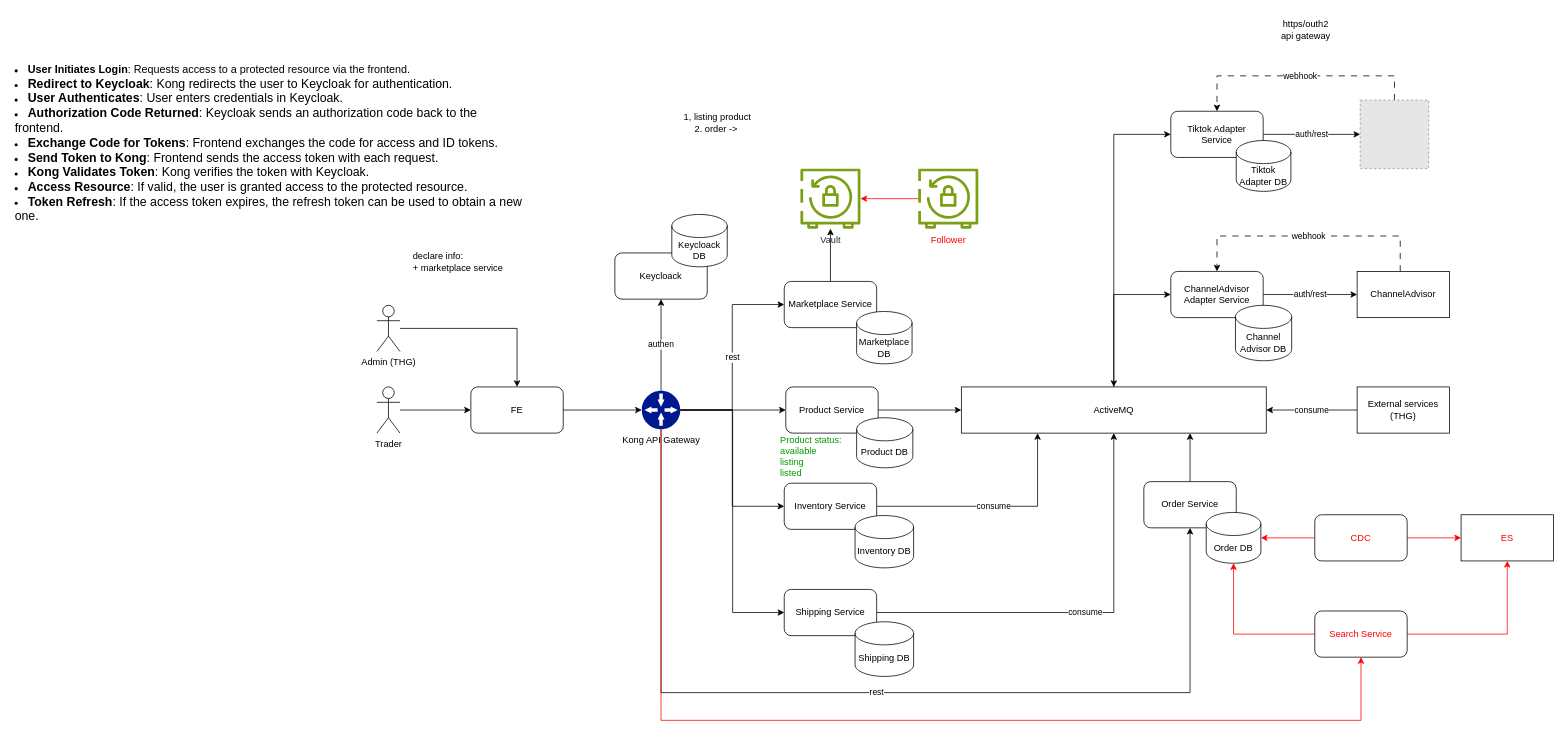
This is page "Page-17" (17 of 17) of hibernate.drawio from minhtran-q/hibernate-knowledge, a draw.io file, before an edit. Source tidied: cells renumbered, new cells numbered last; positions are measured from the earlier drawing's top-left corner, leaving out a move shared by most shapes. Both pictures are drawn from the tidied source at 77%, with x=0, y=0 at pixel (13, 13). Pictures stored in the file or linked from it are replaced by grey dashed boxes.
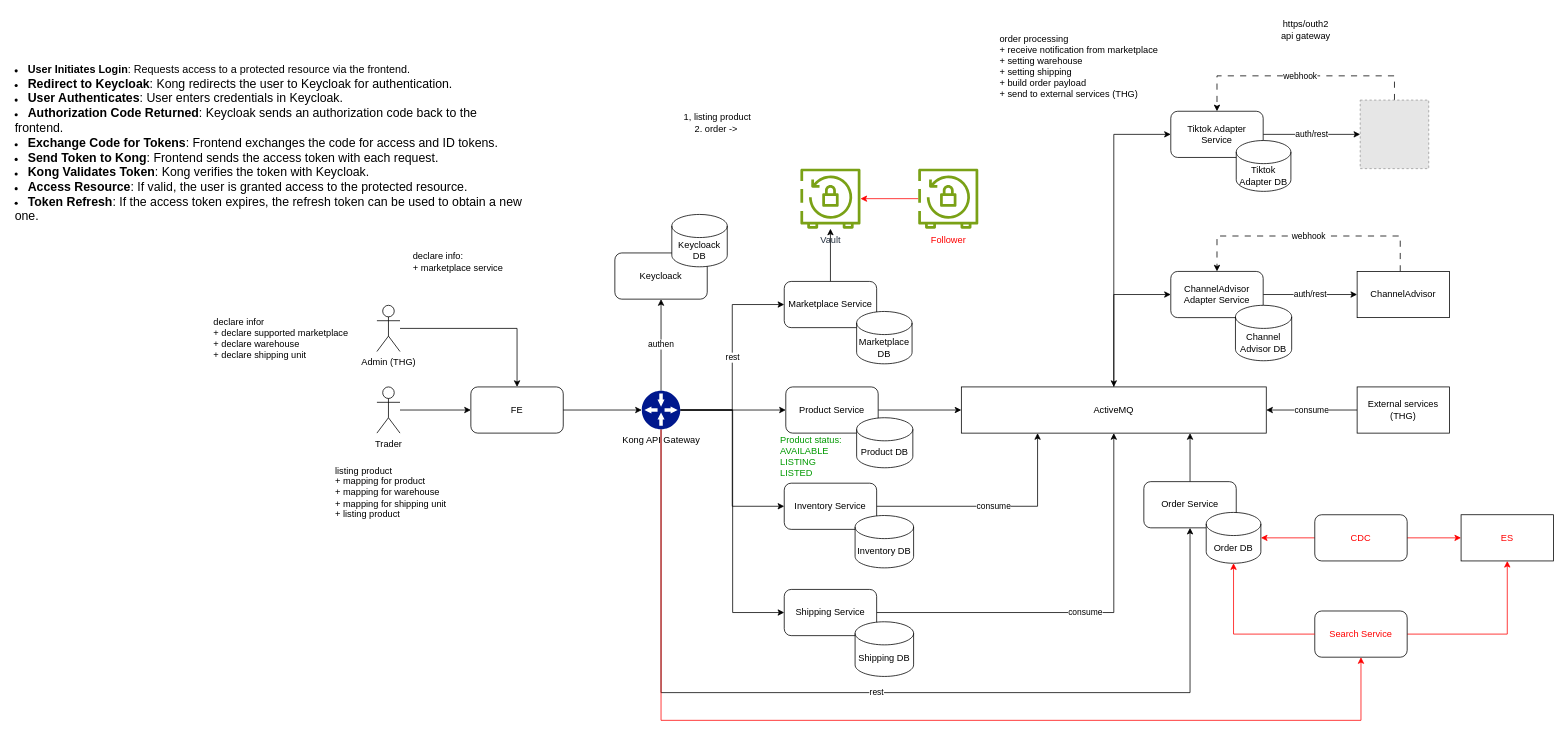
The same page after the edit.

The edit, as a diff of the source:
```diff
@@
-    <mxCell id="59" value="&lt;font color=&quot;#009900&quot;&gt;Product status:&amp;nbsp;&lt;/font&gt;&lt;div&gt;&lt;font color=&quot;#009900&quot;&gt;available&amp;nbsp;&lt;/font&gt;&lt;/div&gt;&lt;div&gt;&lt;font color=&quot;#009900&quot;&gt;listing&lt;/font&gt;&lt;/div&gt;&lt;div&gt;&lt;font color=&quot;#009900&quot;&gt;listed&lt;/font&gt;&lt;/div&gt;" style="text;html=1;align=left;verticalAlign=middle;strokeColor=none;fillColor=none;" parent="1" vertex="1">
+    <mxCell id="59" value="&lt;font color=&quot;#009900&quot;&gt;Product status:&amp;nbsp;&lt;/font&gt;&lt;div&gt;&lt;font color=&quot;#009900&quot;&gt;AVAILABLE&lt;/font&gt;&lt;/div&gt;&lt;div&gt;&lt;font color=&quot;#009900&quot;&gt;LISTING&lt;/font&gt;&lt;/div&gt;&lt;div&gt;&lt;font color=&quot;#009900&quot;&gt;LISTED&lt;/font&gt;&lt;/div&gt;" style="text;html=1;align=left;verticalAlign=middle;strokeColor=none;fillColor=none;" parent="1" vertex="1">
       <mxGeometry x="994" y="540" width="101" height="70" as="geometry" />
     </mxCell>
@@
+    <mxCell id="63" value="listing product&lt;div&gt;+ mapping for product&lt;/div&gt;&lt;div&gt;+ mapping for warehouse&lt;/div&gt;&lt;div&gt;+ mapping for shipping unit&lt;/div&gt;&lt;div&gt;+ listing product&lt;/div&gt;" style="text;html=1;align=left;verticalAlign=middle;strokeColor=none;fillColor=none;" parent="1" vertex="1">
+      <mxGeometry x="416" y="580" width="162" height="84" as="geometry" />
+    </mxCell>
+    <mxCell id="64" value="&lt;div&gt;declare infor&lt;br&gt;+ declare supported marketplace&lt;/div&gt;&lt;div&gt;+ declare warehouse&lt;/div&gt;&lt;div&gt;+ declare shipping unit&lt;/div&gt;" style="text;html=1;align=left;verticalAlign=middle;strokeColor=none;fillColor=none;" parent="1" vertex="1">
+      <mxGeometry x="258" y="387" width="193" height="70" as="geometry" />
+    </mxCell>
+    <mxCell id="65" value="order processing&lt;div&gt;+ receive notification from marketplace&lt;/div&gt;&lt;div&gt;+ setting warehouse&lt;/div&gt;&lt;div&gt;+ setting shipping&lt;/div&gt;&lt;div&gt;+ build order payload&lt;/div&gt;&lt;div&gt;+ send to external services (THG)&lt;/div&gt;" style="text;html=1;align=left;verticalAlign=middle;strokeColor=none;fillColor=none;" parent="1" vertex="1">
+      <mxGeometry x="1279" y="20" width="224" height="98" as="geometry" />
+    </mxCell>
```
